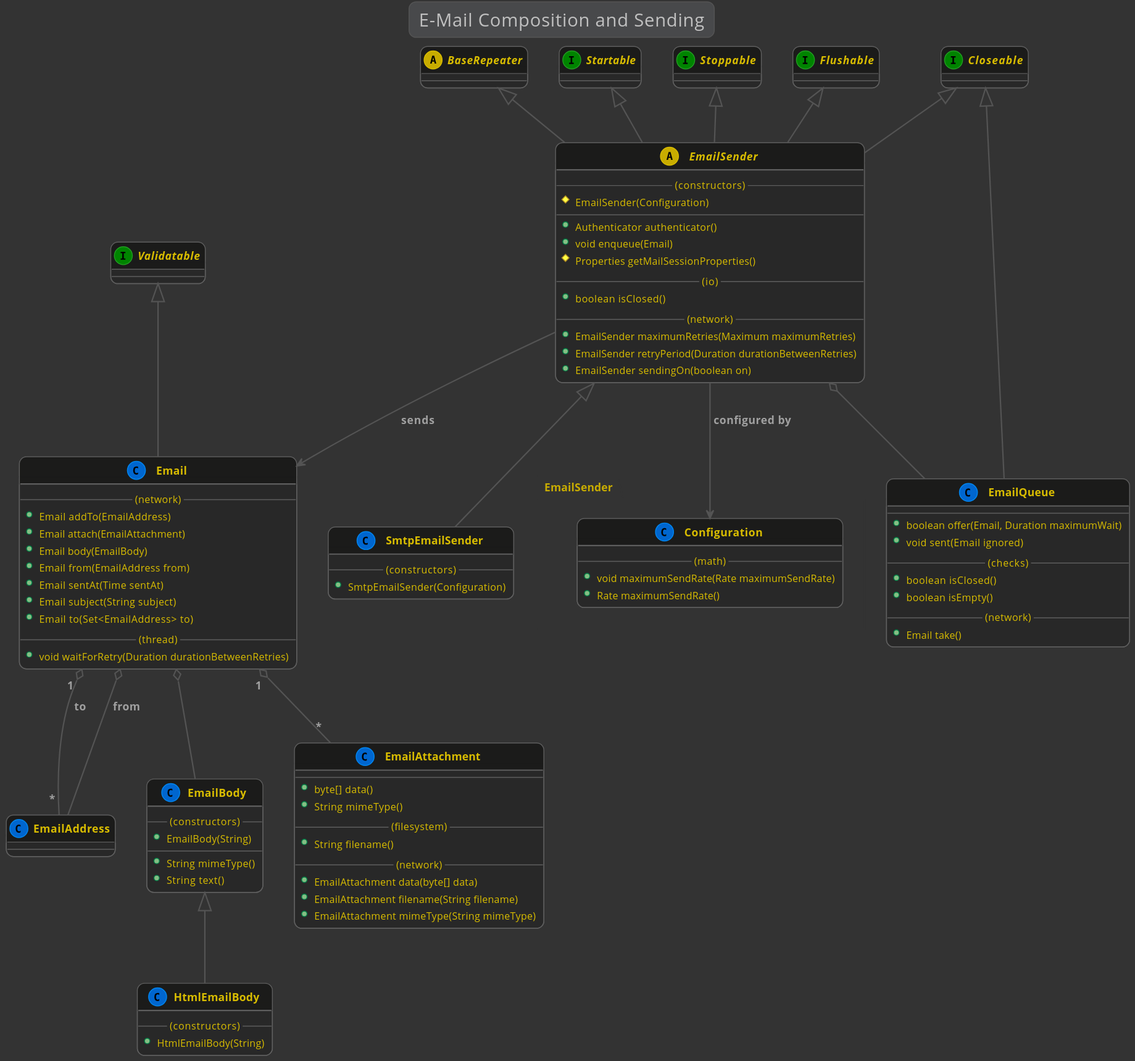
Before: kivakit-core/network/email/documentation/diagrams/diagram-email.svg, a diagram exported from PlantUML (Telenav/kivakit).
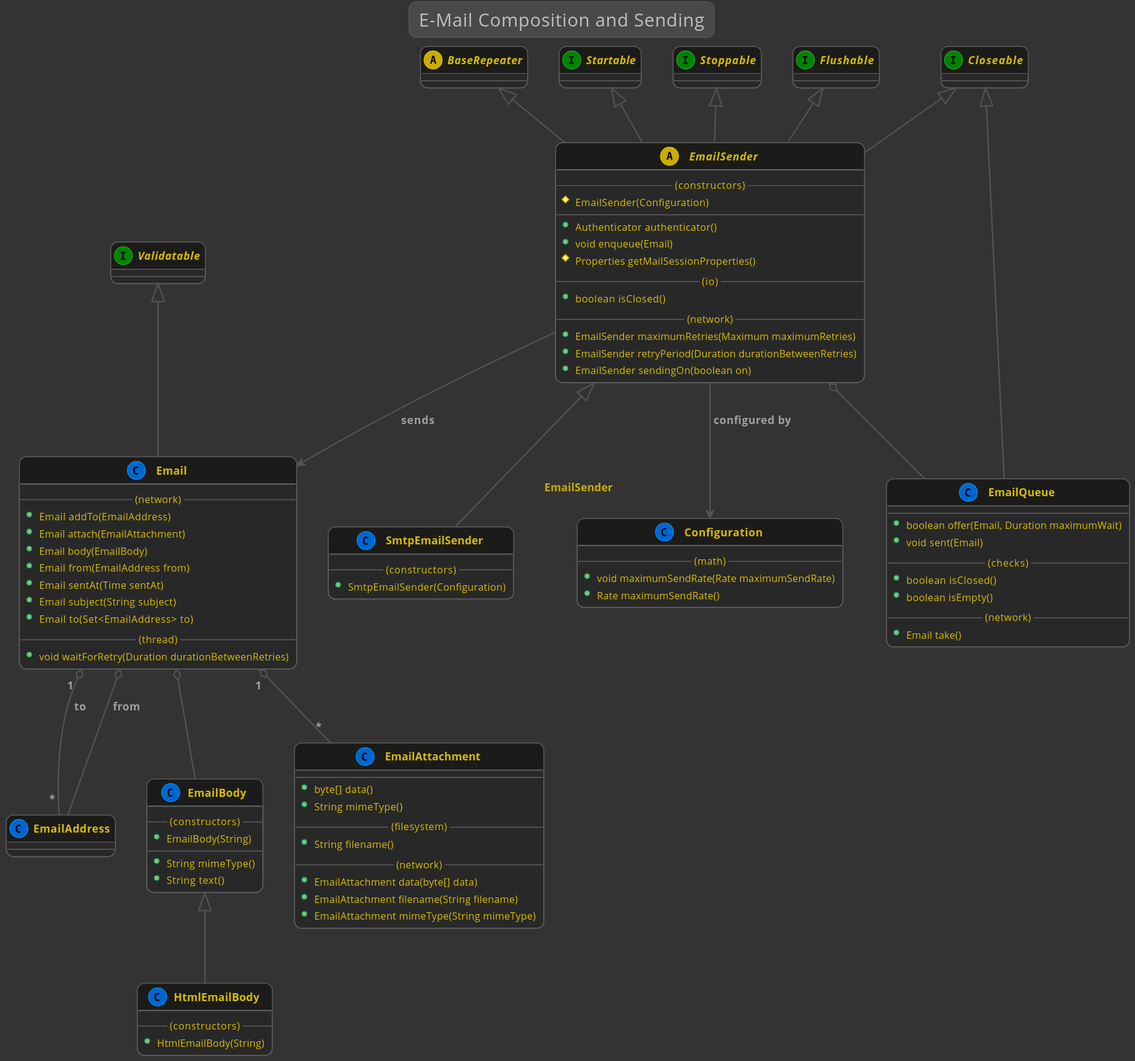
Above is the later version.

The edit, as a diff of the source:
```diff
@@ -65,7 +65,7 @@
     {
         --
         +boolean offer(Email, Duration maximumWait)
-        +void sent(Email ignored)
+        +void sent(Email)
         --(checks)--
         +boolean isClosed()
         +boolean isEmpty()
```
